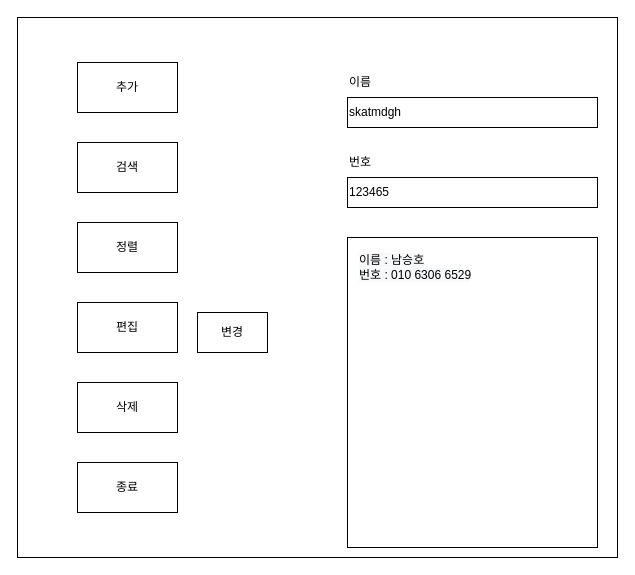
The draw.io diagram 전화번호부 GUI.drawio in skatld123/PH_list_java, before the edit. Source tidied: cells renumbered, new cells numbered last; positions are measured from the earlier drawing's top-left corner, leaving out a move shared by most shapes. Both pictures are drawn from the tidied source at 100%, with x=0, y=0 at pixel (17, 17).
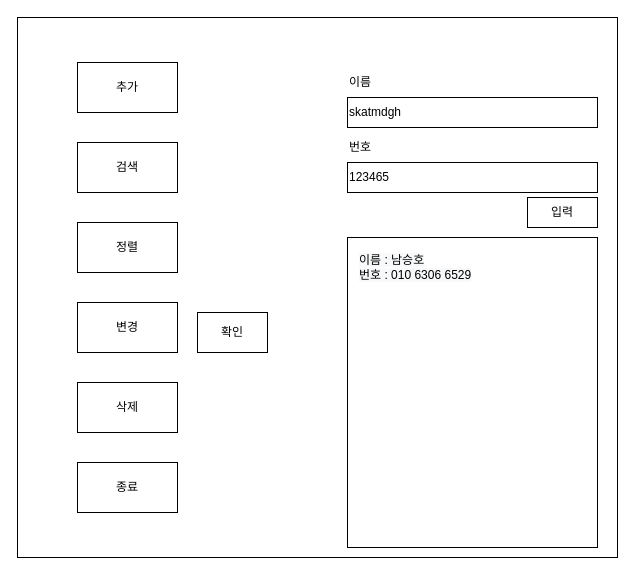
After the change.

Commit message:
전화번호부 GUI.drawio 업데이트

Diff of the diagram source:
```diff
@@
 <mxGraphModel>
   <root>
     <mxCell id="0" />
     <mxCell id="1" parent="0" />
     <mxCell id="2" style="rounded=0;whiteSpace=wrap;html=1;" parent="1" vertex="1">
       <mxGeometry width="600" height="540" as="geometry" />
     </mxCell>
     <mxCell id="3" value="&lt;p style=&quot;line-height: 170%&quot;&gt;&lt;br&gt;&lt;/p&gt;" style="rounded=0;whiteSpace=wrap;html=1;align=left;" parent="1" vertex="1">
       <mxGeometry x="330" y="220" width="250" height="310" as="geometry" />
     </mxCell>
     <mxCell id="4" value="&#10;&#10;&lt;span style=&quot;color: rgb(0, 0, 0); font-family: helvetica; font-size: 12px; font-style: normal; font-weight: 400; letter-spacing: normal; text-indent: 0px; text-transform: none; word-spacing: 0px; background-color: rgb(248, 249, 250); display: inline; float: none;&quot;&gt;이름 : 남승호&lt;/span&gt;&lt;br style=&quot;color: rgb(0, 0, 0); font-family: helvetica; font-size: 12px; font-style: normal; font-weight: 400; letter-spacing: normal; text-indent: 0px; text-transform: none; word-spacing: 0px; background-color: rgb(248, 249, 250);&quot;&gt;&lt;span style=&quot;color: rgb(0, 0, 0); font-family: helvetica; font-size: 12px; font-style: normal; font-weight: 400; letter-spacing: normal; text-indent: 0px; text-transform: none; word-spacing: 0px; background-color: rgb(248, 249, 250); display: inline; float: none;&quot;&gt;번호 : 010 6306 6529&lt;/span&gt;&#10;&#10;" style="text;html=1;strokeColor=none;fillColor=none;align=left;verticalAlign=middle;whiteSpace=wrap;rounded=0;" parent="1" vertex="1">
       <mxGeometry x="340" y="210" width="170" height="80" as="geometry" />
     </mxCell>
     <mxCell id="5" value="123465" style="rounded=0;whiteSpace=wrap;html=1;align=left;" parent="1" vertex="1">
-      <mxGeometry x="330" y="160" width="250" height="30" as="geometry" />
+      <mxGeometry x="330" y="145" width="250" height="30" as="geometry" />
     </mxCell>
     <mxCell id="6" value="skatmdgh" style="rounded=0;whiteSpace=wrap;html=1;align=left;" parent="1" vertex="1">
       <mxGeometry x="330" y="80" width="250" height="30" as="geometry" />
     </mxCell>
     <mxCell id="7" value="이름" style="text;html=1;strokeColor=none;fillColor=none;align=left;verticalAlign=middle;whiteSpace=wrap;rounded=0;" parent="1" vertex="1">
       <mxGeometry x="330" y="50" width="60" height="30" as="geometry" />
     </mxCell>
     <mxCell id="8" value="번호" style="text;html=1;strokeColor=none;fillColor=none;align=left;verticalAlign=middle;whiteSpace=wrap;rounded=0;" parent="1" vertex="1">
-      <mxGeometry x="330" y="130" width="60" height="30" as="geometry" />
+      <mxGeometry x="330" y="115" width="60" height="30" as="geometry" />
     </mxCell>
     <mxCell id="9" value="추가" style="rounded=0;whiteSpace=wrap;html=1;align=center;" parent="1" vertex="1">
       <mxGeometry x="60" y="45" width="100" height="50" as="geometry" />
     </mxCell>
     <mxCell id="10" value="검색" style="rounded=0;whiteSpace=wrap;html=1;align=center;" parent="1" vertex="1">
       <mxGeometry x="60" y="125" width="100" height="50" as="geometry" />
     </mxCell>
     <mxCell id="11" value="정렬" style="rounded=0;whiteSpace=wrap;html=1;align=center;" parent="1" vertex="1">
       <mxGeometry x="60" y="205" width="100" height="50" as="geometry" />
     </mxCell>
-    <mxCell id="12" value="편집" style="rounded=0;whiteSpace=wrap;html=1;align=center;" parent="1" vertex="1">
+    <mxCell id="12" value="변경" style="rounded=0;whiteSpace=wrap;html=1;align=center;" parent="1" vertex="1">
       <mxGeometry x="60" y="285" width="100" height="50" as="geometry" />
     </mxCell>
     <mxCell id="13" value="삭제" style="rounded=0;whiteSpace=wrap;html=1;align=center;" parent="1" vertex="1">
       <mxGeometry x="60" y="365" width="100" height="50" as="geometry" />
     </mxCell>
     <mxCell id="14" value="종료" style="rounded=0;whiteSpace=wrap;html=1;align=center;" parent="1" vertex="1">
       <mxGeometry x="60" y="445" width="100" height="50" as="geometry" />
     </mxCell>
-    <mxCell id="15" value="변경" style="rounded=0;whiteSpace=wrap;html=1;align=center;" parent="1" vertex="1">
+    <mxCell id="15" value="확인" style="rounded=0;whiteSpace=wrap;html=1;align=center;" parent="1" vertex="1">
       <mxGeometry x="180" y="295" width="70" height="40" as="geometry" />
     </mxCell>
+    <mxCell id="16" value="입력" style="rounded=0;whiteSpace=wrap;html=1;align=center;" parent="1" vertex="1">
+      <mxGeometry x="510" y="180" width="70" height="30" as="geometry" />
+    </mxCell>
   </root>
 </mxGraphModel>
```
